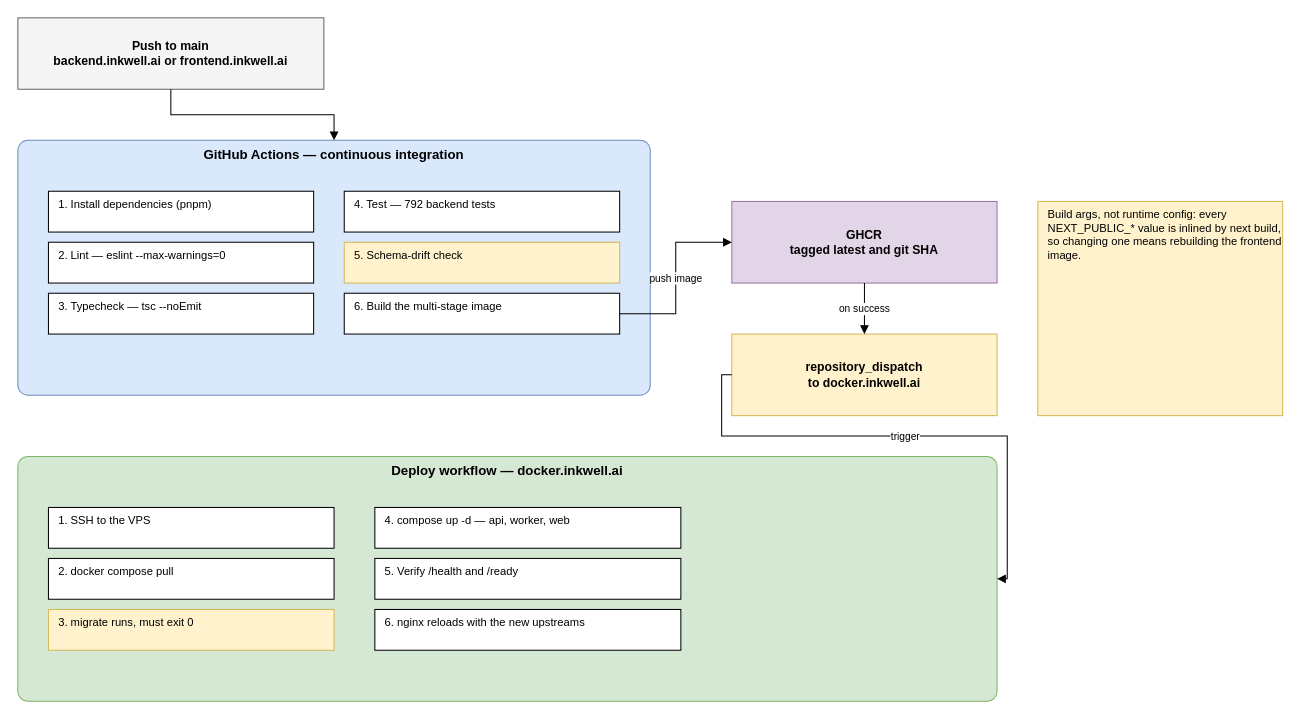
inkwell-dev/spec.inkwell.ai keeps this draw.io diagram as diagrams/fig-3-4-architecture-cicd/fig-3-4-architecture-cicd.drawio. Above is the earlier version. Source tidied: cells renumbered, new cells numbered last; positions are measured from the earlier drawing's top-left corner, leaving out a move shared by most shapes. Both pictures are drawn from the tidied source at 102%, with x=0, y=0 at pixel (17, 17).
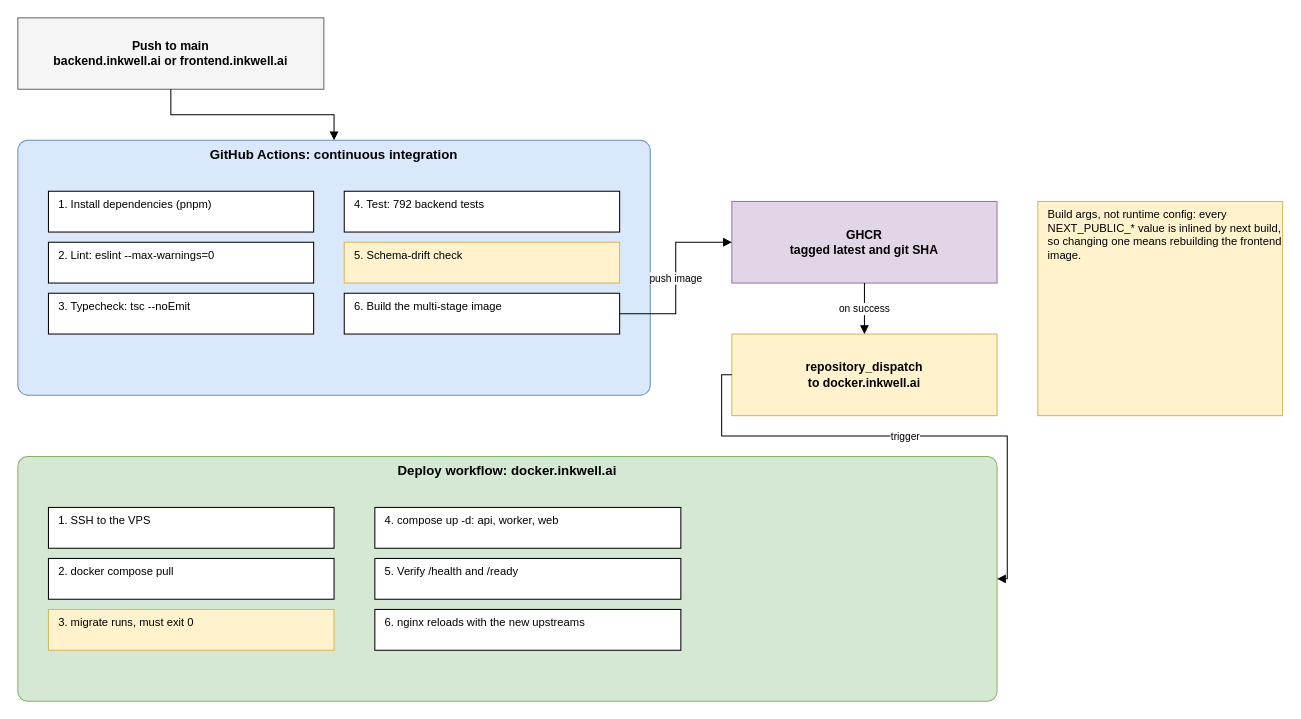
After the change.

The edit, as a diff of the source:
```diff
@@
-    <mxCell id="3" value="GitHub Actions — continuous integration" style="rounded=1;whiteSpace=wrap;html=1;verticalAlign=top;fontStyle=1;fontSize=13;arcSize=4;fillColor=#DAE8FC;strokeColor=#6C8EBF;" parent="1" vertex="1">
+    <mxCell id="3" value="GitHub Actions: continuous integration" style="rounded=1;whiteSpace=wrap;html=1;verticalAlign=top;fontStyle=1;fontSize=13;arcSize=4;fillColor=#DAE8FC;strokeColor=#6C8EBF;" parent="1" vertex="1">
       <mxGeometry y="120" width="620" height="250" as="geometry" />
     </mxCell>
@@
-    <mxCell id="5" value="2. Lint — eslint --max-warnings=0" style="rounded=0;whiteSpace=wrap;html=1;verticalAlign=top;align=left;spacingLeft=8;fontSize=11;fillColor=#FFFFFF;strokeColor=#000000;" parent="1" vertex="1">
+    <mxCell id="5" value="2. Lint: eslint --max-warnings=0" style="rounded=0;whiteSpace=wrap;html=1;verticalAlign=top;align=left;spacingLeft=8;fontSize=11;fillColor=#FFFFFF;strokeColor=#000000;" parent="1" vertex="1">
       <mxGeometry x="30" y="220" width="260" height="40" as="geometry" />
     </mxCell>
-    <mxCell id="6" value="3. Typecheck — tsc --noEmit" style="rounded=0;whiteSpace=wrap;html=1;verticalAlign=top;align=left;spacingLeft=8;fontSize=11;fillColor=#FFFFFF;strokeColor=#000000;" parent="1" vertex="1">
+    <mxCell id="6" value="3. Typecheck: tsc --noEmit" style="rounded=0;whiteSpace=wrap;html=1;verticalAlign=top;align=left;spacingLeft=8;fontSize=11;fillColor=#FFFFFF;strokeColor=#000000;" parent="1" vertex="1">
       <mxGeometry x="30" y="270" width="260" height="40" as="geometry" />
     </mxCell>
-    <mxCell id="7" value="4. Test — 792 backend tests" style="rounded=0;whiteSpace=wrap;html=1;verticalAlign=top;align=left;spacingLeft=8;fontSize=11;fillColor=#FFFFFF;strokeColor=#000000;" parent="1" vertex="1">
+    <mxCell id="7" value="4. Test: 792 backend tests" style="rounded=0;whiteSpace=wrap;html=1;verticalAlign=top;align=left;spacingLeft=8;fontSize=11;fillColor=#FFFFFF;strokeColor=#000000;" parent="1" vertex="1">
       <mxGeometry x="320" y="170" width="270" height="40" as="geometry" />
     </mxCell>
@@
-    <mxCell id="12" value="Deploy workflow — docker.inkwell.ai" style="rounded=1;whiteSpace=wrap;html=1;verticalAlign=top;fontStyle=1;fontSize=13;arcSize=4;fillColor=#D5E8D4;strokeColor=#82B366;" parent="1" vertex="1">
+    <mxCell id="12" value="Deploy workflow: docker.inkwell.ai" style="rounded=1;whiteSpace=wrap;html=1;verticalAlign=top;fontStyle=1;fontSize=13;arcSize=4;fillColor=#D5E8D4;strokeColor=#82B366;" parent="1" vertex="1">
       <mxGeometry y="430" width="960" height="240" as="geometry" />
     </mxCell>
@@
-    <mxCell id="16" value="4. compose up -d — api, worker, web" style="rounded=0;whiteSpace=wrap;html=1;verticalAlign=top;align=left;spacingLeft=8;fontSize=11;fillColor=#FFFFFF;strokeColor=#000000;" parent="1" vertex="1">
+    <mxCell id="16" value="4. compose up -d: api, worker, web" style="rounded=0;whiteSpace=wrap;html=1;verticalAlign=top;align=left;spacingLeft=8;fontSize=11;fillColor=#FFFFFF;strokeColor=#000000;" parent="1" vertex="1">
       <mxGeometry x="350" y="480" width="300" height="40" as="geometry" />
     </mxCell>
```
